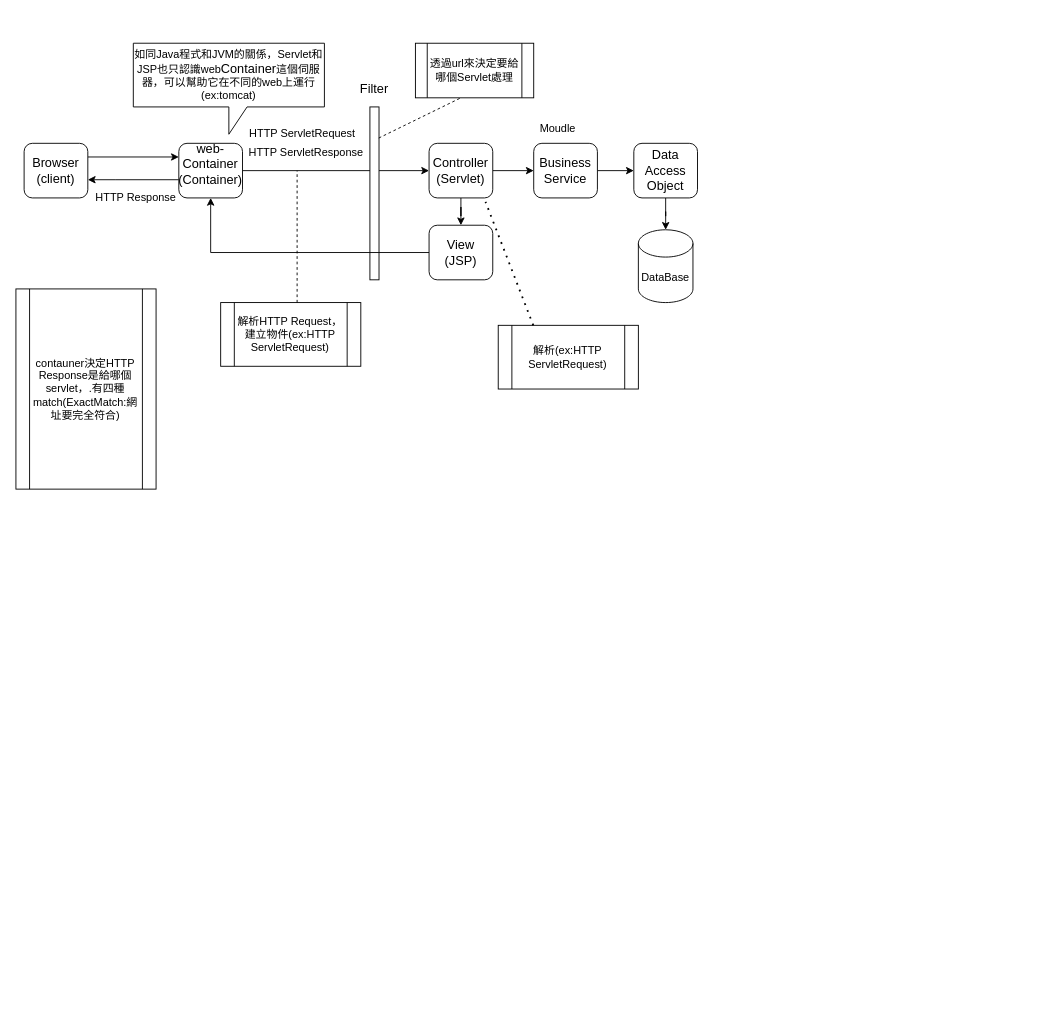
Above: page "network" (2 of 2) of Untitled Diagram.drawio in kmkurumi/Learning-Internet-knowledge-by-drawio (draw.io), before the change. Source tidied: cells renumbered, new cells numbered last; positions are measured from the earlier drawing's top-left corner, leaving out a move shared by most shapes. Both pictures are drawn from the tidied source at 91%, with x=0, y=0 at pixel (15, 43).
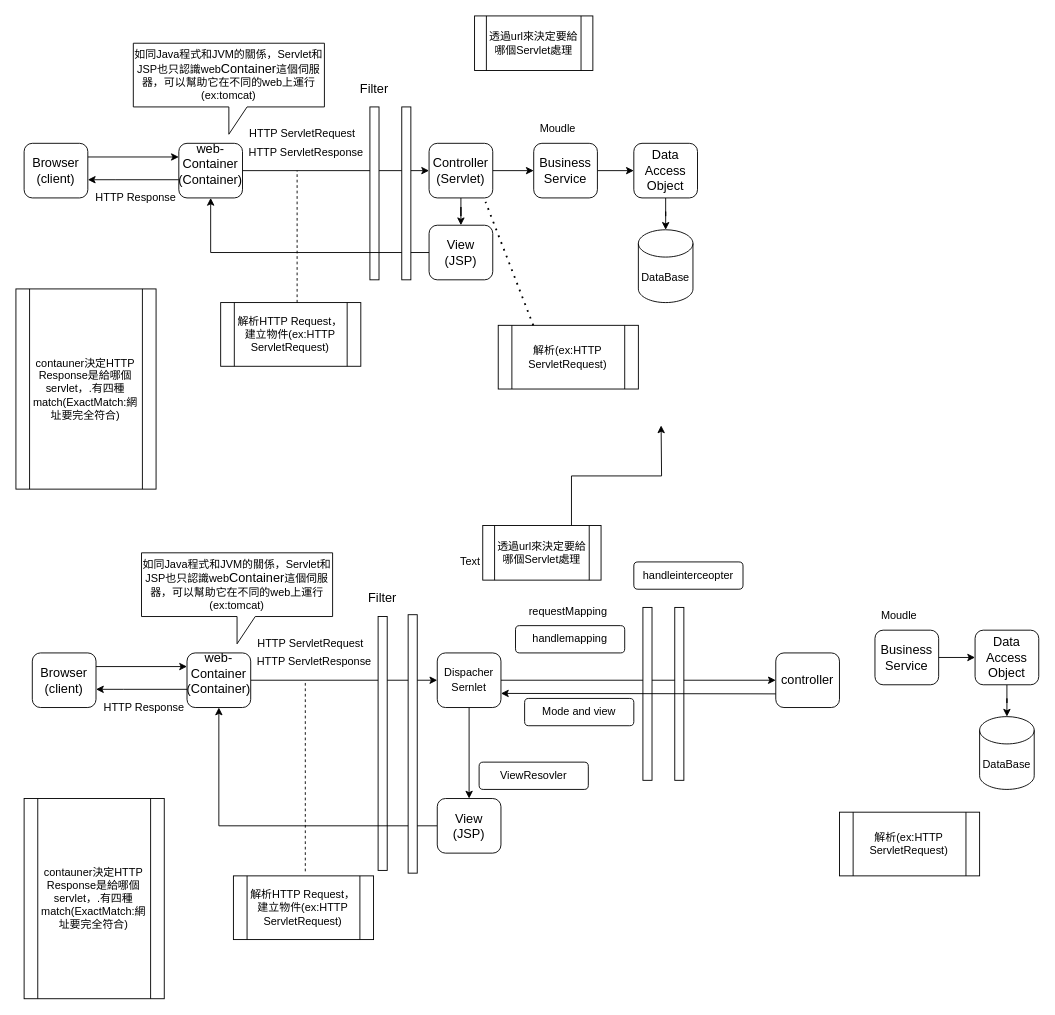
The same diagram, later.

The change refers to these unchanged cells:
```xml
<mxCell id="8" style="rounded=0;whiteSpace=wrap;html=1;rotation=-90;" parent="1" vertex="1">
  <mxGeometry x="299" y="160" width="190" height="10" as="geometry" />
</mxCell>
```

What changed in the source:
```diff
@@
     <mxCell id="24" value="透過url來決定要給哪個&lt;font style=&quot;font-size: 12px&quot;&gt;Servlet&lt;/font&gt;&lt;font style=&quot;font-size: 12px&quot;&gt;處理&lt;/font&gt;" style="shape=process;whiteSpace=wrap;html=1;backgroundOutline=1;" parent="1" vertex="1">
-      <mxGeometry x="439" width="130" height="60" as="geometry" />
+      <mxGeometry x="504" y="-30" width="130" height="60" as="geometry" />
     </mxCell>
@@
-    <mxCell id="26" style="endArrow=none;dashed=1;html=1;exitX=0.82;exitY=0.971;exitDx=0;exitDy=0;exitPerimeter=0;" parent="1" edge="1" source="8">
-      <mxGeometry relative="1" as="geometry">
-        <mxPoint x="489" y="60" as="targetPoint" />
-      </mxGeometry>
-    </mxCell>
@@
+    <mxCell id="31" value="Text" style="text;html=1;align=center;verticalAlign=middle;strokeColor=none;" parent="1" vertex="1">
+      <mxGeometry x="479" y="560" width="40" height="20" as="geometry" />
+    </mxCell>
+    <mxCell id="32" style="rounded=0;whiteSpace=wrap;html=1;rotation=-90;" parent="1" vertex="1">
+      <mxGeometry x="334" y="160" width="190" height="10" as="geometry" />
+    </mxCell>
+    <mxCell id="33" style="edgeStyle=orthogonalEdgeStyle;rounded=0;jettySize=auto;html=1;entryX=0;entryY=0.25;entryDx=0;entryDy=0;exitX=1;exitY=0.25;exitDx=0;exitDy=0;" parent="1" edge="1" source="34" target="37">
+      <mxGeometry relative="1" as="geometry" />
+    </mxCell>
+    <mxCell id="34" value="&lt;font style=&quot;font-size: 14px&quot;&gt;Browser&lt;br&gt;(client)&lt;br&gt;&lt;/font&gt;" style="rounded=1;whiteSpace=wrap;html=1;" parent="1" vertex="1">
+      <mxGeometry x="18" y="670" width="70" height="60" as="geometry" />
+    </mxCell>
+    <mxCell id="35" style="edgeStyle=orthogonalEdgeStyle;rounded=0;jettySize=auto;html=1;" parent="1" edge="1" source="37" target="34">
+      <mxGeometry relative="1" as="geometry">
+        <Array as="points">
+          <mxPoint x="118" y="710" />
+          <mxPoint x="118" y="710" />
+        </Array>
+      </mxGeometry>
+    </mxCell>
+    <mxCell id="36" style="edgeStyle=orthogonalEdgeStyle;rounded=0;jettySize=auto;html=1;" parent="1" edge="1" source="37" target="42">
+      <mxGeometry relative="1" as="geometry" />
+    </mxCell>
+    <mxCell id="37" value="&lt;font&gt;&lt;font style=&quot;font-size: 14px&quot;&gt;web-&lt;/font&gt;&lt;br&gt;&lt;span style=&quot;font-size: 14px&quot;&gt;Container&lt;/span&gt;&lt;br&gt;&lt;span style=&quot;font-size: 14px&quot;&gt;(Container)&lt;/span&gt;&lt;br&gt;&lt;br&gt;&lt;/font&gt;" style="rounded=1;whiteSpace=wrap;html=1;" parent="1" vertex="1">
+      <mxGeometry x="188" y="670" width="70" height="60" as="geometry" />
+    </mxCell>
+    <mxCell id="38" value="HTTP Response" style="text;html=1;strokeColor=none;fillColor=none;align=center;verticalAlign=middle;whiteSpace=wrap;rounded=0;" parent="1" vertex="1">
+      <mxGeometry x="86" y="720" width="110" height="20" as="geometry" />
+    </mxCell>
+    <mxCell id="39" style="rounded=0;whiteSpace=wrap;html=1;rotation=-90;" parent="1" vertex="1">
+      <mxGeometry x="263.5" y="764.5" width="279" height="10" as="geometry" />
+    </mxCell>
+    <mxCell id="40" style="edgeStyle=orthogonalEdgeStyle;rounded=0;jettySize=auto;html=1;" parent="1" edge="1" source="42" target="44">
+      <mxGeometry relative="1" as="geometry" />
+    </mxCell>
+    <mxCell id="41" style="edgeStyle=orthogonalEdgeStyle;rounded=0;jettySize=auto;html=1;exitX=1;exitY=0.5;exitDx=0;exitDy=0;entryX=0;entryY=0.5;entryDx=0;entryDy=0;" parent="1" edge="1" source="42" target="64">
+      <mxGeometry relative="1" as="geometry" />
+    </mxCell>
+    <mxCell id="42" value="Dispacher&lt;br&gt;Sernlet&lt;span style=&quot;font-size: 14px&quot;&gt;&lt;br&gt;&lt;/span&gt;" style="rounded=1;whiteSpace=wrap;html=1;" parent="1" vertex="1">
+      <mxGeometry x="463" y="670" width="70" height="60" as="geometry" />
+    </mxCell>
+    <mxCell id="43" style="edgeStyle=orthogonalEdgeStyle;rounded=0;jettySize=auto;html=1;entryX=0.5;entryY=1;entryDx=0;entryDy=0;exitX=0;exitY=0.5;exitDx=0;exitDy=0;" parent="1" edge="1" source="44" target="37">
+      <mxGeometry relative="1" as="geometry">
+        <Array as="points">
+          <mxPoint x="223" y="860" />
+        </Array>
+      </mxGeometry>
+    </mxCell>
+    <mxCell id="44" value="&lt;font style=&quot;font-size: 14px&quot;&gt;View&lt;br&gt;(JSP)&lt;br&gt;&lt;/font&gt;" style="rounded=1;whiteSpace=wrap;html=1;" parent="1" vertex="1">
+      <mxGeometry x="463" y="830" width="70" height="60" as="geometry" />
+    </mxCell>
+    <mxCell id="45" value="DataBase" style="shape=cylinder3;whiteSpace=wrap;html=1;boundedLbl=1;backgroundOutline=1;size=15;" parent="1" vertex="1">
+      <mxGeometry x="1059" y="740" width="60" height="80" as="geometry" />
+    </mxCell>
+    <mxCell id="46" value="HTTP ServletRequest" style="text;html=1;strokeColor=none;fillColor=none;align=center;verticalAlign=middle;whiteSpace=wrap;rounded=0;" parent="1" vertex="1">
+      <mxGeometry x="259" y="650" width="130" height="20" as="geometry" />
+    </mxCell>
+    <mxCell id="47" value="HTTP ServletResponse" style="text;html=1;strokeColor=none;fillColor=none;align=center;verticalAlign=middle;whiteSpace=wrap;rounded=0;" parent="1" vertex="1">
+      <mxGeometry x="263" y="670" width="130" height="20" as="geometry" />
+    </mxCell>
+    <mxCell id="48" style="edgeStyle=orthogonalEdgeStyle;rounded=0;jettySize=auto;html=1;" parent="1" edge="1" source="49" target="51">
+      <mxGeometry relative="1" as="geometry" />
+    </mxCell>
+    <mxCell id="49" value="&lt;span style=&quot;font-size: 14px&quot;&gt;Business&lt;br&gt;Service&lt;br&gt;&lt;/span&gt;" style="rounded=1;whiteSpace=wrap;html=1;" parent="1" vertex="1">
+      <mxGeometry x="944" y="645" width="70" height="60" as="geometry" />
+    </mxCell>
+    <mxCell id="50" style="edgeStyle=orthogonalEdgeStyle;rounded=0;jettySize=auto;html=1;" parent="1" edge="1" source="51" target="45">
+      <mxGeometry relative="1" as="geometry" />
+    </mxCell>
+    <mxCell id="51" value="&lt;span style=&quot;font-size: 14px&quot;&gt;Data&lt;br&gt;Access Object&lt;br&gt;&lt;/span&gt;" style="rounded=1;whiteSpace=wrap;html=1;" parent="1" vertex="1">
+      <mxGeometry x="1054" y="645" width="70" height="60" as="geometry" />
+    </mxCell>
+    <mxCell id="52" value="&lt;font style=&quot;font-size: 14px&quot;&gt;Filter&lt;/font&gt;" style="text;html=1;strokeColor=none;fillColor=none;align=center;verticalAlign=middle;whiteSpace=wrap;rounded=0;" parent="1" vertex="1">
+      <mxGeometry x="338" y="600" width="130" height="20" as="geometry" />
+    </mxCell>
+    <mxCell id="53" value="如同Java程式和JVM的關係，Servlet和JSP也只認識web&lt;span style=&quot;font-size: 14px&quot;&gt;Container&lt;/span&gt;這個伺服器，可以幫助它在不同的web上運行(ex:tomcat)" style="shape=callout;whiteSpace=wrap;html=1;perimeter=calloutPerimeter;" parent="1" vertex="1">
+      <mxGeometry x="138" y="560" width="210" height="100" as="geometry" />
+    </mxCell>
+    <mxCell id="54" value="解析HTTP Request，&lt;br&gt;建立物件(ex:HTTP ServletRequest)" style="shape=process;whiteSpace=wrap;html=1;backgroundOutline=1;" parent="1" vertex="1">
+      <mxGeometry x="239" y="915" width="154" height="70" as="geometry" />
+    </mxCell>
+    <mxCell id="55" style="edgeStyle=orthogonalEdgeStyle;rounded=0;jettySize=auto;html=1;exitX=0.75;exitY=0;exitDx=0;exitDy=0;" parent="1" edge="1" source="56">
+      <mxGeometry relative="1" as="geometry">
+        <mxPoint x="709" y="420" as="targetPoint" />
+      </mxGeometry>
+    </mxCell>
+    <mxCell id="56" value="透過url來決定要給哪個&lt;font style=&quot;font-size: 12px&quot;&gt;Servlet&lt;/font&gt;&lt;font style=&quot;font-size: 12px&quot;&gt;處理&lt;/font&gt;" style="shape=process;whiteSpace=wrap;html=1;backgroundOutline=1;" parent="1" vertex="1">
+      <mxGeometry x="513" y="530" width="130" height="60" as="geometry" />
+    </mxCell>
+    <mxCell id="57" style="endArrow=none;dashed=1;html=1;" parent="1" edge="1">
+      <mxGeometry relative="1" as="geometry">
+        <mxPoint x="318" y="910" as="sourcePoint" />
+        <mxPoint x="318" y="700" as="targetPoint" />
+      </mxGeometry>
+    </mxCell>
+    <mxCell id="58" value="contauner決定HTTP Response是給哪個servlet，.有四種match(ExactMatch:網址要完全符合)" style="shape=process;whiteSpace=wrap;html=1;backgroundOutline=1;" parent="1" vertex="1">
+      <mxGeometry x="9" y="830" width="154" height="220" as="geometry" />
+    </mxCell>
+    <mxCell id="59" value="Moudle" style="text;whiteSpace=wrap;html=1;" parent="1" vertex="1">
+      <mxGeometry x="949" y="615" width="60" height="30" as="geometry" />
+    </mxCell>
+    <mxCell id="60" value="解析(ex:HTTP ServletRequest)" style="shape=process;whiteSpace=wrap;html=1;backgroundOutline=1;" parent="1" vertex="1">
+      <mxGeometry x="905" y="845" width="154" height="70" as="geometry" />
+    </mxCell>
+    <mxCell id="61" style="rounded=0;whiteSpace=wrap;html=1;rotation=-90;" parent="1" vertex="1">
+      <mxGeometry x="294" y="765" width="284" height="10" as="geometry" />
+    </mxCell>
+    <mxCell id="62" style="rounded=0;whiteSpace=wrap;html=1;rotation=-90;" parent="1" vertex="1">
+      <mxGeometry x="599" y="710" width="190" height="10" as="geometry" />
+    </mxCell>
+    <mxCell id="63" style="rounded=0;whiteSpace=wrap;html=1;rotation=-90;" parent="1" vertex="1">
+      <mxGeometry x="634" y="710" width="190" height="10" as="geometry" />
+    </mxCell>
+    <mxCell id="64" value="&lt;span style=&quot;font-size: 14px&quot;&gt;controller&lt;br&gt;&lt;/span&gt;" style="rounded=1;whiteSpace=wrap;html=1;" parent="1" vertex="1">
+      <mxGeometry x="835" y="670" width="70" height="60" as="geometry" />
+    </mxCell>
+    <mxCell id="65" value="handlemapping" style="rounded=1;whiteSpace=wrap;html=1;" parent="1" vertex="1">
+      <mxGeometry x="549" y="640" width="120" height="30" as="geometry" />
+    </mxCell>
+    <mxCell id="66" value="requestMapping" style="text;html=1;strokeColor=none;fillColor=none;align=center;verticalAlign=middle;whiteSpace=wrap;rounded=0;" parent="1" vertex="1">
+      <mxGeometry x="542" y="615" width="130" height="20" as="geometry" />
+    </mxCell>
+    <mxCell id="67" value="Mode and view" style="rounded=1;whiteSpace=wrap;html=1;" parent="1" vertex="1">
+      <mxGeometry x="559" y="720" width="120" height="30" as="geometry" />
+    </mxCell>
+    <mxCell id="68" value="ViewResovler" style="rounded=1;whiteSpace=wrap;html=1;" parent="1" vertex="1">
+      <mxGeometry x="509" y="790" width="120" height="30" as="geometry" />
+    </mxCell>
+    <mxCell id="69" value="handleinterceopter" style="rounded=1;whiteSpace=wrap;html=1;" parent="1" vertex="1">
+      <mxGeometry x="679" y="570" width="120" height="30" as="geometry" />
+    </mxCell>
+    <mxCell id="70" style="edgeStyle=orthogonalEdgeStyle;rounded=0;jettySize=auto;html=1;exitX=0;exitY=0.75;exitDx=0;exitDy=0;" parent="1" edge="1" source="64">
+      <mxGeometry relative="1" as="geometry">
+        <mxPoint x="533" y="714.5" as="targetPoint" />
+      </mxGeometry>
+    </mxCell>
```
